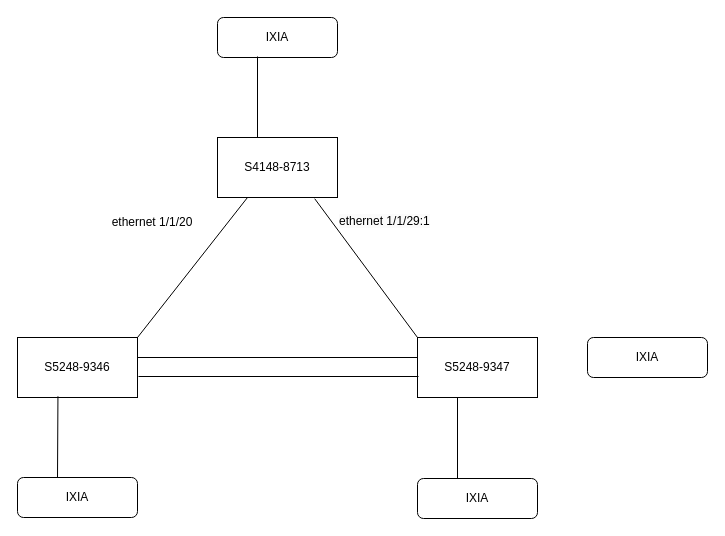
Earlier version of the draw.io diagram nee-10944.drawio (mdwazeeruddin85/country_names). Source tidied: cells renumbered, new cells numbered last; positions are measured from the earlier drawing's top-left corner, leaving out a move shared by most shapes. Both pictures are drawn from the tidied source at 100%, with x=0, y=0 at pixel (17, 17).
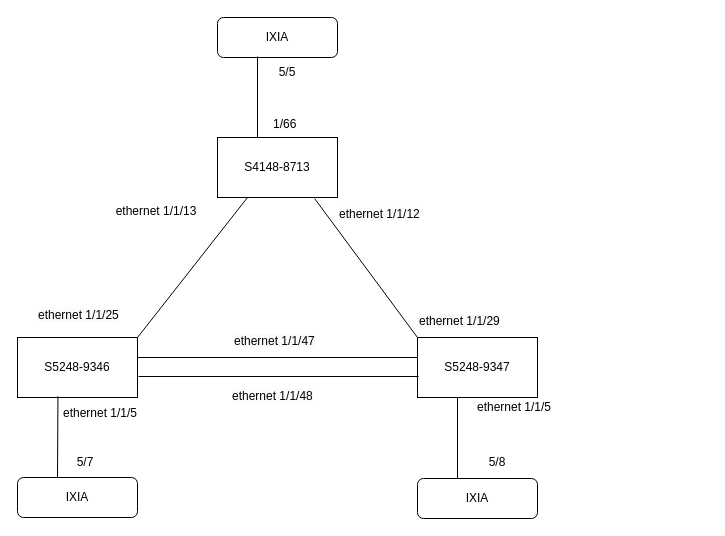
The same page after the edit.

What changed in the source:
```diff
@@
-    <mxCell id="9" value="ethernet 1/1/20" style="text;html=1;align=center;verticalAlign=middle;whiteSpace=wrap;rounded=0;" parent="1" vertex="1">
-      <mxGeometry x="90" y="190" width="90" height="30" as="geometry" />
+    <mxCell id="9" value="ethernet 1/1/13" style="text;html=1;align=center;verticalAlign=middle;whiteSpace=wrap;rounded=0;" parent="1" vertex="1">
+      <mxGeometry x="94" y="179" width="90" height="30" as="geometry" />
     </mxCell>
-    <mxCell id="10" value="&lt;span style=&quot;color: rgb(0, 0, 0); font-family: Helvetica; font-size: 12px; font-style: normal; font-variant-ligatures: normal; font-variant-caps: normal; font-weight: 400; letter-spacing: normal; orphans: 2; text-align: center; text-indent: 0px; text-transform: none; widows: 2; word-spacing: 0px; -webkit-text-stroke-width: 0px; white-space: normal; background-color: rgb(251, 251, 251); text-decoration-thickness: initial; text-decoration-style: initial; text-decoration-color: initial; display: inline !important; float: none;&quot;&gt;ethernet 1/1/29:1&lt;/span&gt;" style="text;whiteSpace=wrap;html=1;" parent="1" vertex="1">
-      <mxGeometry x="320" y="190" width="110" height="40" as="geometry" />
+    <mxCell id="10" value="&lt;span style=&quot;color: rgb(0, 0, 0); font-family: Helvetica; font-size: 12px; font-style: normal; font-variant-ligatures: normal; font-variant-caps: normal; font-weight: 400; letter-spacing: normal; orphans: 2; text-align: center; text-indent: 0px; text-transform: none; widows: 2; word-spacing: 0px; -webkit-text-stroke-width: 0px; white-space: normal; background-color: rgb(251, 251, 251); text-decoration-thickness: initial; text-decoration-style: initial; text-decoration-color: initial; display: inline !important; float: none;&quot;&gt;ethernet 1/1/12&lt;/span&gt;" style="text;whiteSpace=wrap;html=1;" parent="1" vertex="1">
+      <mxGeometry x="320" y="183" width="110" height="40" as="geometry" />
     </mxCell>
@@
-    <mxCell id="13" value="IXIA" style="rounded=1;whiteSpace=wrap;html=1;" parent="1" vertex="1">
-      <mxGeometry x="570" y="320" width="120" height="40" as="geometry" />
-    </mxCell>
@@
+    <mxCell id="18" value="5/5" style="text;html=1;align=center;verticalAlign=middle;whiteSpace=wrap;rounded=0;" parent="1" vertex="1">
+      <mxGeometry x="240" y="40" width="60" height="30" as="geometry" />
+    </mxCell>
+    <mxCell id="19" value="&lt;span style=&quot;color: rgb(0, 0, 0); font-family: Helvetica; font-size: 12px; font-style: normal; font-variant-ligatures: normal; font-variant-caps: normal; font-weight: 400; letter-spacing: normal; orphans: 2; text-align: center; text-indent: 0px; text-transform: none; widows: 2; word-spacing: 0px; -webkit-text-stroke-width: 0px; white-space: normal; background-color: rgb(251, 251, 251); text-decoration-thickness: initial; text-decoration-style: initial; text-decoration-color: initial; display: inline !important; float: none;&quot;&gt;1/66&lt;/span&gt;" style="text;whiteSpace=wrap;html=1;" parent="1" vertex="1">
+      <mxGeometry x="254" y="93" width="50" height="40" as="geometry" />
+    </mxCell>
+    <mxCell id="20" value="&lt;span style=&quot;color: rgb(0, 0, 0); font-family: Helvetica; font-size: 12px; font-style: normal; font-variant-ligatures: normal; font-variant-caps: normal; font-weight: 400; letter-spacing: normal; orphans: 2; text-align: center; text-indent: 0px; text-transform: none; widows: 2; word-spacing: 0px; -webkit-text-stroke-width: 0px; white-space: normal; background-color: rgb(251, 251, 251); text-decoration-thickness: initial; text-decoration-style: initial; text-decoration-color: initial; display: inline !important; float: none;&quot;&gt;ethernet 1/1/29&lt;/span&gt;" style="text;whiteSpace=wrap;html=1;" parent="1" vertex="1">
+      <mxGeometry x="400" y="290" width="110" height="40" as="geometry" />
+    </mxCell>
+    <mxCell id="21" value="&lt;span style=&quot;color: rgb(0, 0, 0); font-family: Helvetica; font-size: 12px; font-style: normal; font-variant-ligatures: normal; font-variant-caps: normal; font-weight: 400; letter-spacing: normal; orphans: 2; text-align: center; text-indent: 0px; text-transform: none; widows: 2; word-spacing: 0px; -webkit-text-stroke-width: 0px; white-space: normal; background-color: rgb(251, 251, 251); text-decoration-thickness: initial; text-decoration-style: initial; text-decoration-color: initial; display: inline !important; float: none;&quot;&gt;ethernet 1/1/25&lt;/span&gt;" style="text;whiteSpace=wrap;html=1;" parent="1" vertex="1">
+      <mxGeometry x="19" y="284" width="110" height="40" as="geometry" />
+    </mxCell>
+    <mxCell id="22" value="&lt;span style=&quot;color: rgb(0, 0, 0); font-family: Helvetica; font-size: 12px; font-style: normal; font-variant-ligatures: normal; font-variant-caps: normal; font-weight: 400; letter-spacing: normal; orphans: 2; text-align: center; text-indent: 0px; text-transform: none; widows: 2; word-spacing: 0px; -webkit-text-stroke-width: 0px; white-space: normal; background-color: rgb(251, 251, 251); text-decoration-thickness: initial; text-decoration-style: initial; text-decoration-color: initial; display: inline !important; float: none;&quot;&gt;ethernet 1/1/47&lt;/span&gt;" style="text;whiteSpace=wrap;html=1;" parent="1" vertex="1">
+      <mxGeometry x="215" y="310" width="110" height="40" as="geometry" />
+    </mxCell>
+    <mxCell id="23" value="&lt;span style=&quot;color: rgb(0, 0, 0); font-family: Helvetica; font-size: 12px; font-style: normal; font-variant-ligatures: normal; font-variant-caps: normal; font-weight: 400; letter-spacing: normal; orphans: 2; text-align: center; text-indent: 0px; text-transform: none; widows: 2; word-spacing: 0px; -webkit-text-stroke-width: 0px; white-space: normal; background-color: rgb(251, 251, 251); text-decoration-thickness: initial; text-decoration-style: initial; text-decoration-color: initial; display: inline !important; float: none;&quot;&gt;ethernet 1/1/48&lt;/span&gt;" style="text;whiteSpace=wrap;html=1;" parent="1" vertex="1">
+      <mxGeometry x="213" y="365" width="110" height="40" as="geometry" />
+    </mxCell>
+    <mxCell id="24" value="5/8" style="text;html=1;align=center;verticalAlign=middle;whiteSpace=wrap;rounded=0;" parent="1" vertex="1">
+      <mxGeometry x="450" y="430" width="60" height="30" as="geometry" />
+    </mxCell>
+    <mxCell id="25" value="5/7" style="text;html=1;align=center;verticalAlign=middle;whiteSpace=wrap;rounded=0;" parent="1" vertex="1">
+      <mxGeometry x="38" y="430" width="60" height="30" as="geometry" />
+    </mxCell>
+    <mxCell id="26" value="ethernet 1/1/5" style="text;html=1;align=center;verticalAlign=middle;whiteSpace=wrap;rounded=0;" parent="1" vertex="1">
+      <mxGeometry x="36" y="381" width="94" height="30" as="geometry" />
+    </mxCell>
+    <mxCell id="27" value="ethernet 1/1/5" style="text;html=1;align=center;verticalAlign=middle;whiteSpace=wrap;rounded=0;" parent="1" vertex="1">
+      <mxGeometry x="450" y="375" width="94" height="30" as="geometry" />
+    </mxCell>
```
